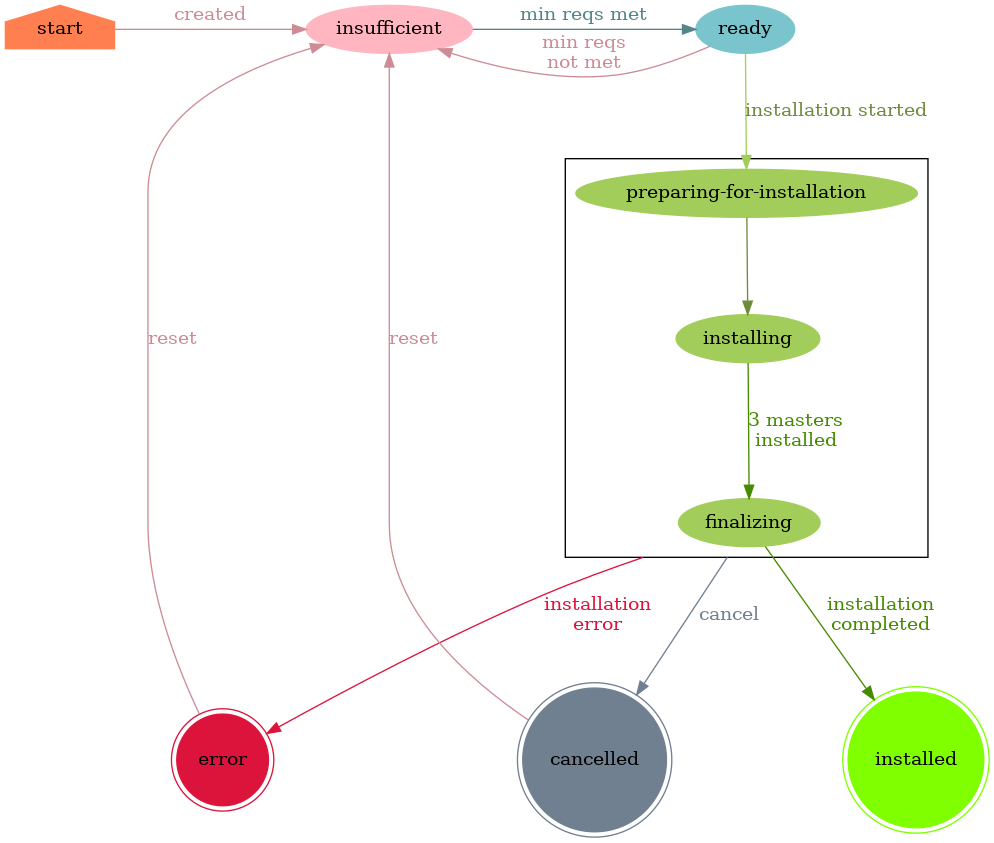
Above: site/ClusterStatus.png in openshift/assisted-service (Graphviz), before the change. Its source is kept beside it as site/ClusterStatus.dot.
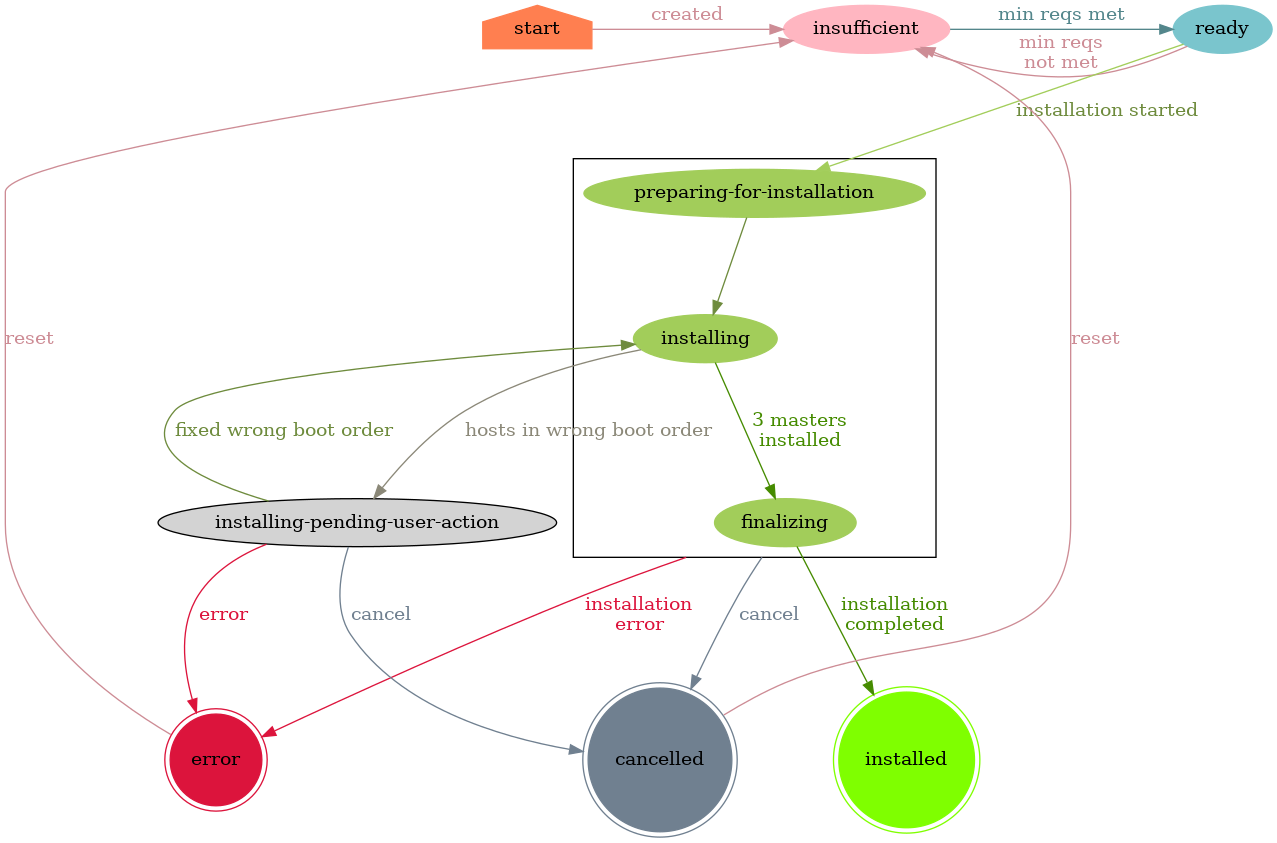
Later version of the same file.

What changed in the source:
```diff
@@ -29,6 +29,12 @@
 
     installing -> finalizing [label = "3 masters\ninstalled", color=chartreuse4, fontcolor=chartreuse4];
 
+    installing -> "installing-pending-user-action" [label = "hosts in wrong boot order", color=cornsilk4, fontcolor=cornsilk4];
+
+    "installing-pending-user-action" -> installing [label = "fixed wrong boot order", fontcolor=darkolivegreen4, color=darkolivegreen4];
+    "installing-pending-user-action" -> cancelled [label = "cancel", color=slategray, fontcolor=slategray];
+    "installing-pending-user-action" -> error [label = "error\n", color=crimson, fontcolor=crimson];
+
     finalizing -> error [label = "installation\nerror\n", color=crimson, fontcolor=crimson, ltail = cluster_level1];
     finalizing -> cancelled [label = "cancel", color=slategray, fontcolor=slategray, ltail = cluster_level1];
     finalizing -> installed [label = "installation\ncompleted", color=chartreuse4, fontcolor=chartreuse4];
```
